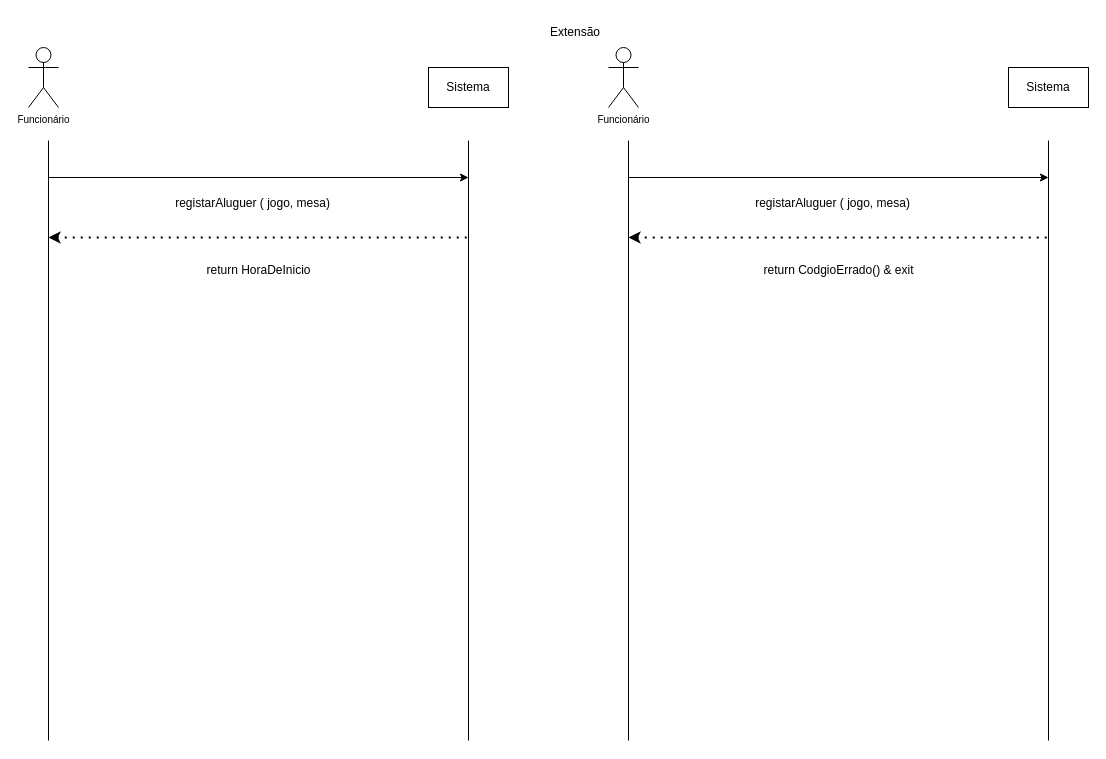
Above: ssd7.drawio in luccamarshall/DCO (draw.io), before the change. Source tidied: cells renumbered, new cells numbered last; positions are measured from the earlier drawing's top-left corner, leaving out a move shared by most shapes. Both pictures are drawn from the tidied source at 100%, with x=0, y=0 at pixel (28, 17).
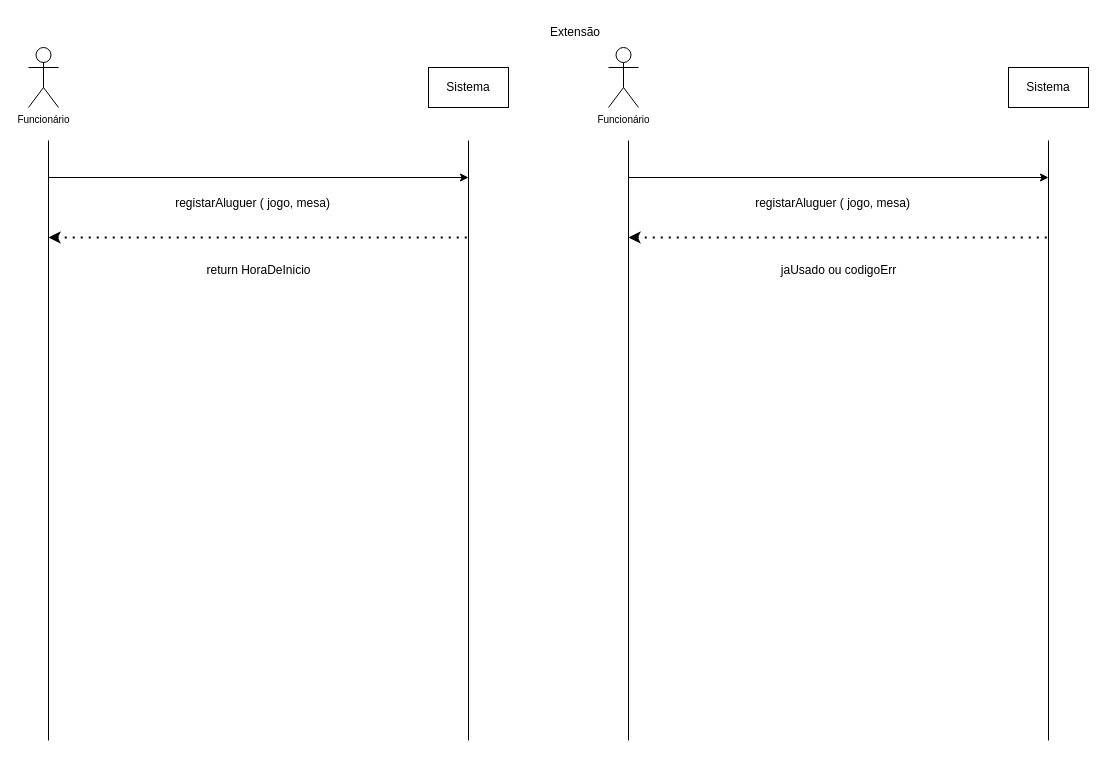
The same page after the edit.

Change to the diagram source:
```diff
@@
-    <mxCell id="16" value="return CodgioErrado() &amp;amp; exit" style="text;html=1;align=center;verticalAlign=middle;strokeColor=none;fillColor=none;" parent="1" vertex="1">
-      <mxGeometry x="725" y="238" width="170" height="30" as="geometry" />
+    <mxCell id="16" value="jaUsado ou codigoErr" style="text;html=1;align=center;verticalAlign=middle;strokeColor=none;fillColor=none;" parent="1" vertex="1">
+      <mxGeometry x="740" y="238" width="140" height="30" as="geometry" />
     </mxCell>
```
